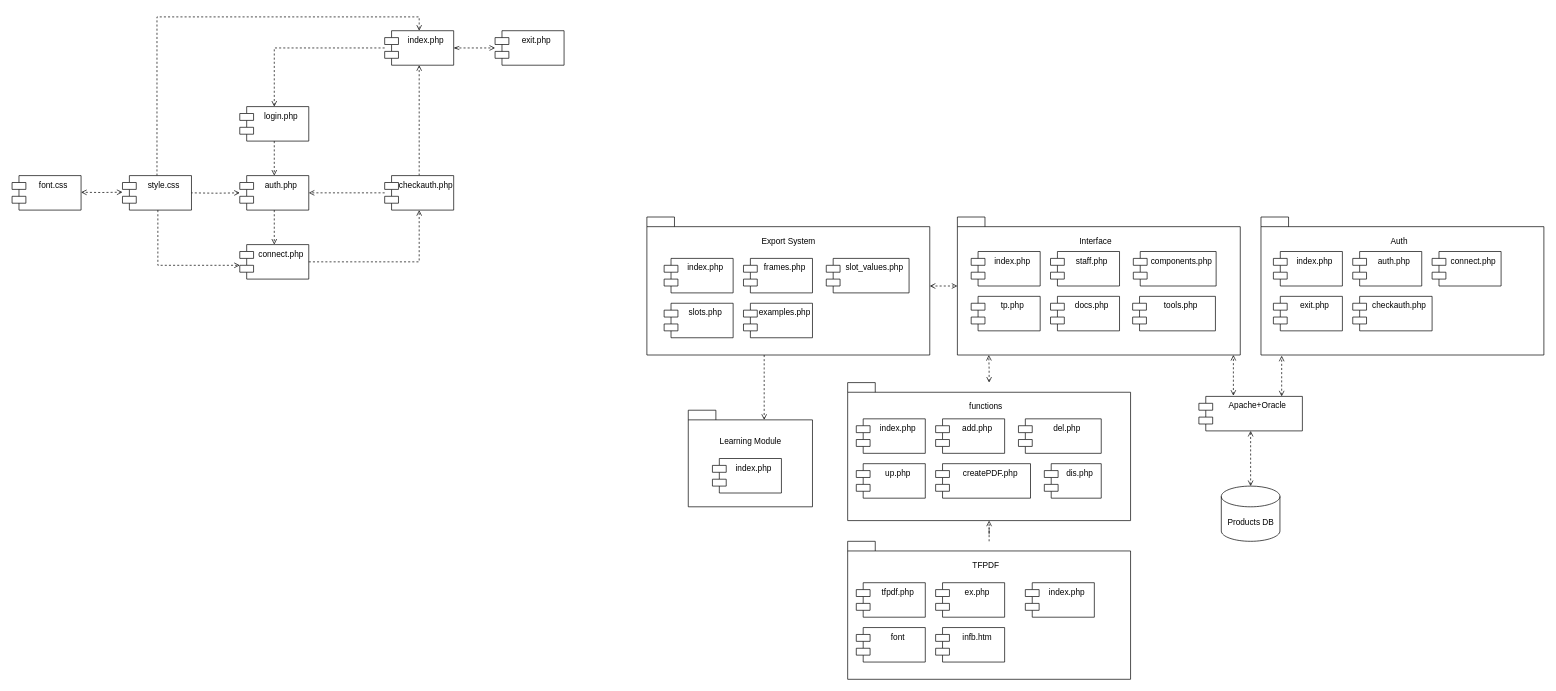
Earlier version of the draw.io diagram Диаграмма без названия.drawio (Mrw0lf14/sem11). Source tidied: cells renumbered, new cells numbered last; positions are measured from the earlier drawing's top-left corner, leaving out a move shared by most shapes. Both pictures are drawn from the tidied source at 69%, with x=0, y=0 at pixel (12, 17).
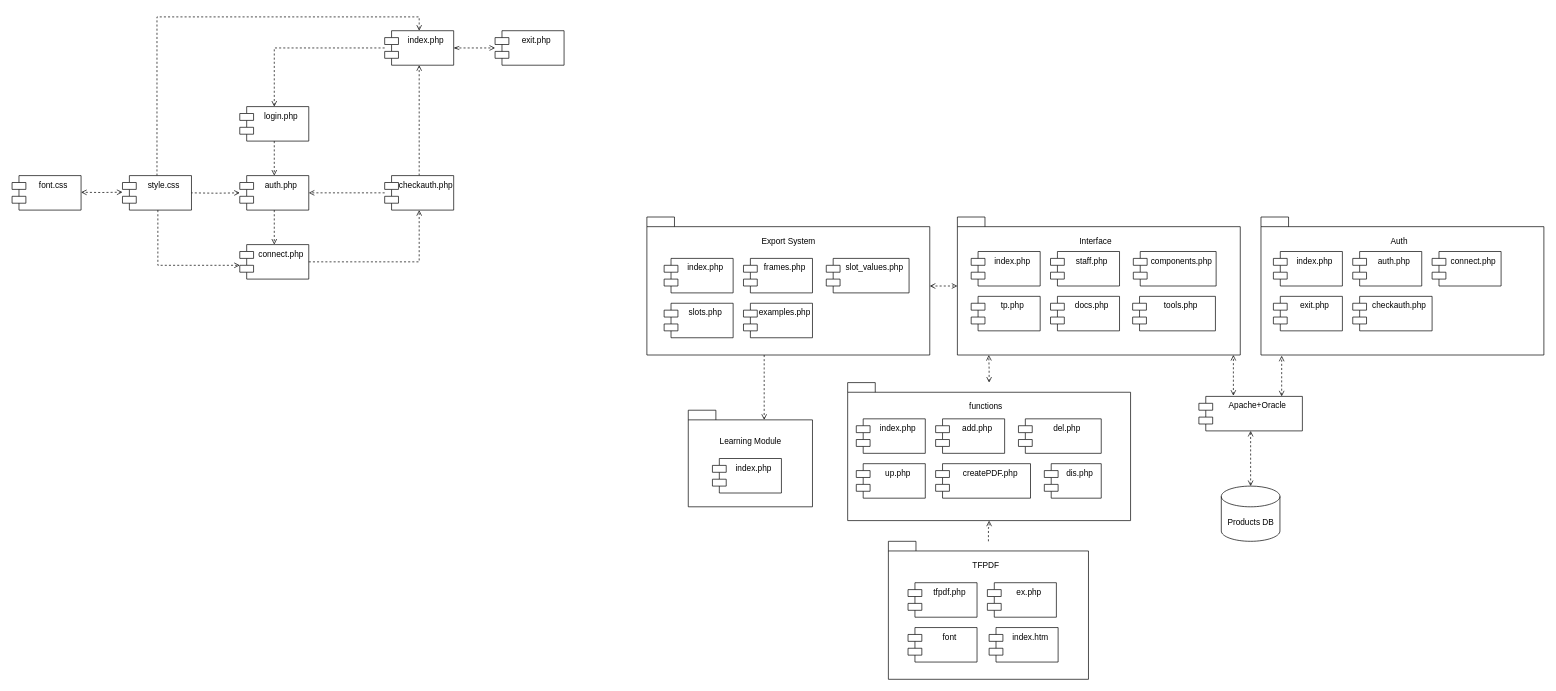
The same diagram, later.

The edit, as a diff of the source:
```diff
@@
     <mxCell id="60" style="shape=folder;fontStyle=1;spacingTop=10;tabWidth=40;tabHeight=14;tabPosition=left;html=1;whiteSpace=wrap;" parent="1" vertex="1">
-      <mxGeometry x="1211" y="760" width="410" height="200" as="geometry" />
+      <mxGeometry x="1270" y="760" width="290" height="200" as="geometry" />
     </mxCell>
     <mxCell id="61" value="tfpdf.php" style="shape=module;align=left;spacingLeft=20;align=center;verticalAlign=top;whiteSpace=wrap;html=1;" parent="1" vertex="1">
-      <mxGeometry x="1223.5" y="820" width="100" height="50" as="geometry" />
+      <mxGeometry x="1298.5" y="820" width="100" height="50" as="geometry" />
     </mxCell>
     <mxCell id="62" value="ex.php" style="shape=module;align=left;spacingLeft=20;align=center;verticalAlign=top;whiteSpace=wrap;html=1;" parent="1" vertex="1">
-      <mxGeometry x="1338.5" y="820" width="100" height="50" as="geometry" />
+      <mxGeometry x="1413.5" y="820" width="100" height="50" as="geometry" />
     </mxCell>
     <mxCell id="63" value="font" style="shape=module;align=left;spacingLeft=20;align=center;verticalAlign=top;whiteSpace=wrap;html=1;" parent="1" vertex="1">
-      <mxGeometry x="1223.5" y="885" width="100" height="50" as="geometry" />
+      <mxGeometry x="1298.5" y="885" width="100" height="50" as="geometry" />
     </mxCell>
-    <mxCell id="64" value="infb.htm" style="shape=module;align=left;spacingLeft=20;align=center;verticalAlign=top;whiteSpace=wrap;html=1;" parent="1" vertex="1">
-      <mxGeometry x="1338.5" y="885" width="100" height="50" as="geometry" />
-    </mxCell>
@@
-    <mxCell id="66" value="index.php" style="shape=module;align=left;spacingLeft=20;align=center;verticalAlign=top;whiteSpace=wrap;html=1;" parent="1" vertex="1">
-      <mxGeometry x="1468.5" y="820" width="100" height="50" as="geometry" />
+    <mxCell id="66" value="index.htm" style="shape=module;align=left;spacingLeft=20;align=center;verticalAlign=top;whiteSpace=wrap;html=1;" parent="1" vertex="1">
+      <mxGeometry x="1416" y="885" width="100" height="50" as="geometry" />
     </mxCell>
```
